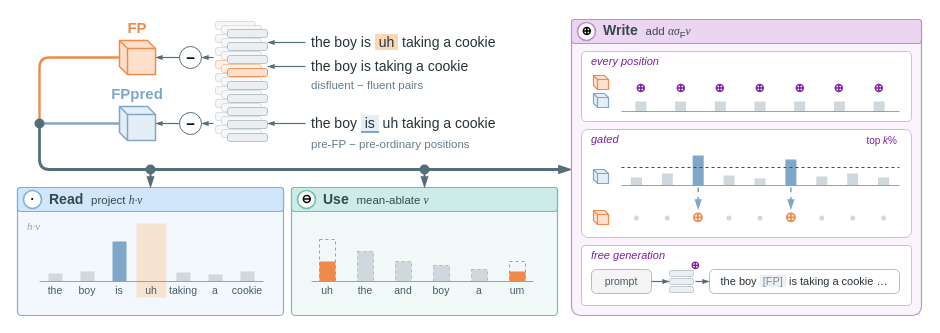
Above: figures/overview.drawio in toferyoung-wq/Tofer_Test (draw.io), before the change. Source tidied: cells renumbered, new cells numbered last; positions are measured from the earlier drawing's top-left corner, leaving out a move shared by most shapes. Both pictures are drawn from the tidied source at 100%, with x=0, y=0 at pixel (17, 17).
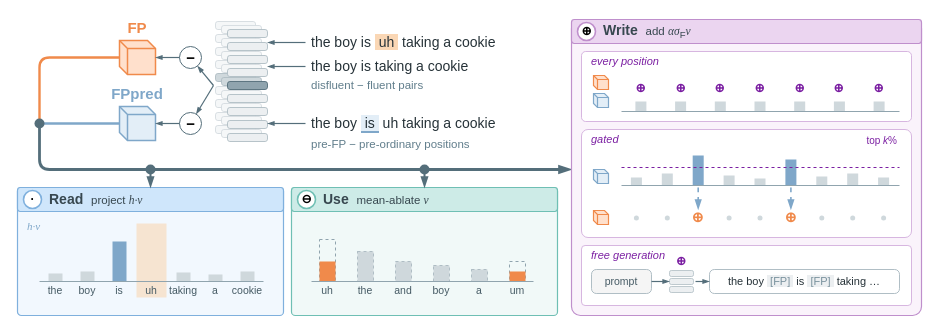
Above is the later version.

Commit message (it also covers changes not shown here):
Overview figure: neutral shared block-21 highlight, centred Gen injection, two FP placeholders

The change refers to these unchanged cells:
```xml
<mxCell id="37" value="−" style="ellipse;html=1;fillColor=#FFFFFF;strokeColor=#546E7A;fontSize=15;fontStyle=1;fontFamily=Helvetica;" parent="1" vertex="1">
  <mxGeometry x="162" y="29" width="22" height="22" as="geometry" />
</mxCell>
<mxCell id="38" value="−" style="ellipse;html=1;fillColor=#FFFFFF;strokeColor=#546E7A;fontSize=15;fontStyle=1;fontFamily=Helvetica;" parent="1" vertex="1">
  <mxGeometry x="162" y="95" width="22" height="22" as="geometry" />
</mxCell>
```

The edit, as a diff of the source:
```diff
@@
-    <mxCell id="10" style="rounded=1;arcSize=30;html=1;strokeWidth=0.9;fillColor=#FFF1E8;strokeColor=#F6C3A2;" parent="1" vertex="1">
+    <mxCell id="10" style="rounded=1;arcSize=30;html=1;strokeWidth=0.9;fillColor=#F5F7F8;strokeColor=#D5DCE0;" parent="1" vertex="1">
       <mxGeometry x="198" y="43" width="40" height="8" as="geometry" />
     </mxCell>
-    <mxCell id="11" style="rounded=1;arcSize=30;html=1;strokeWidth=0.9;fillColor=#F5F7F8;strokeColor=#D5DCE0;" parent="1" vertex="1">
+    <mxCell id="11" style="rounded=1;arcSize=30;html=1;strokeWidth=0.9;fillColor=#CFD8DC;strokeColor=#B0BEC5;" parent="1" vertex="1">
       <mxGeometry x="198" y="56" width="40" height="8" as="geometry" />
     </mxCell>
@@
-    <mxCell id="19" style="rounded=1;arcSize=30;html=1;strokeWidth=0.9;fillColor=#FFF1E8;strokeColor=#F6C3A2;" parent="1" vertex="1">
+    <mxCell id="19" style="rounded=1;arcSize=30;html=1;strokeWidth=0.9;fillColor=#F5F7F8;strokeColor=#D5DCE0;" parent="1" vertex="1">
       <mxGeometry x="204" y="47" width="40" height="8" as="geometry" />
     </mxCell>
-    <mxCell id="20" style="rounded=1;arcSize=30;html=1;strokeWidth=0.9;fillColor=#F5F7F8;strokeColor=#D5DCE0;" parent="1" vertex="1">
+    <mxCell id="20" style="rounded=1;arcSize=30;html=1;strokeWidth=0.9;fillColor=#CFD8DC;strokeColor=#B0BEC5;" parent="1" vertex="1">
       <mxGeometry x="204" y="60" width="40" height="8" as="geometry" />
     </mxCell>
@@
-    <mxCell id="28" style="rounded=1;arcSize=30;html=1;strokeWidth=0.9;fillColor=#FFE0CC;strokeColor=#F08A4B;" parent="1" vertex="1">
+    <mxCell id="28" style="rounded=1;arcSize=30;html=1;strokeWidth=0.9;fillColor=#ECEFF1;strokeColor=#B0BEC5;" parent="1" vertex="1">
       <mxGeometry x="210" y="51" width="40" height="8" as="geometry" />
     </mxCell>
-    <mxCell id="29" style="rounded=1;arcSize=30;html=1;strokeWidth=0.9;fillColor=#ECEFF1;strokeColor=#B0BEC5;" parent="1" vertex="1">
+    <mxCell id="29" style="rounded=1;arcSize=30;html=1;strokeWidth=0.9;fillColor=#90A4AE;strokeColor=#546E7A;" parent="1" vertex="1">
       <mxGeometry x="210" y="64" width="40" height="8" as="geometry" />
     </mxCell>
@@
     <mxCell id="39" style="html=1;fontFamily=Helvetica;fontSize=10;edgeStyle=none;rounded=0;strokeColor=#546E7A;strokeWidth=1.2;endArrow=blockThin;endFill=1;endSize=4;" parent="1" edge="1" target="37">
       <mxGeometry relative="1" as="geometry">
-        <mxPoint x="196" y="40" as="sourcePoint" />
+        <mxPoint x="196" y="68" as="sourcePoint" />
       </mxGeometry>
     </mxCell>
     <mxCell id="40" style="html=1;fontFamily=Helvetica;fontSize=10;edgeStyle=none;rounded=0;strokeColor=#546E7A;strokeWidth=1.2;endArrow=blockThin;endFill=1;endSize=4;" parent="1" edge="1" target="38">
       <mxGeometry relative="1" as="geometry">
-        <mxPoint x="196" y="106" as="sourcePoint" />
+        <mxPoint x="196" y="68" as="sourcePoint" />
       </mxGeometry>
     </mxCell>
@@
-    <mxCell id="154" value="⊕" style="text;html=1;strokeColor=none;fillColor=none;whiteSpace=wrap;fontFamily=Helvetica;fontSize=11;fontColor=#7B1FA2;align=center;verticalAlign=middle;fontStyle=1;" parent="1" vertex="1">
-      <mxGeometry x="670" y="242" width="16" height="12" as="geometry" />
+    <mxCell id="154" value="⊕" style="text;html=1;strokeColor=none;fillColor=none;whiteSpace=wrap;fontFamily=Helvetica;fontSize=12;fontColor=#7B1FA2;align=center;verticalAlign=middle;fontStyle=1;" parent="1" vertex="1">
+      <mxGeometry x="656" y="237" width="16" height="14" as="geometry" />
     </mxCell>
@@
-    <mxCell id="156" value="the boy &lt;span style='background-color:#ECEFF1;color:#78909C'&gt;&amp;nbsp;[FP]&amp;nbsp;&lt;/span&gt; is taking a cookie …" style="rounded=1;arcSize=20;html=1;fillColor=#FFFFFF;strokeColor=#B0BEC5;fontSize=11;fontColor=#263238;whiteSpace=wrap;fontFamily=Helvetica;" parent="1" vertex="1">
+    <mxCell id="156" value="the boy &lt;span style='background-color:#ECEFF1;color:#78909C'&gt;&amp;nbsp;[FP]&amp;nbsp;&lt;/span&gt; is &lt;span style='background-color:#ECEFF1;color:#78909C'&gt;&amp;nbsp;[FP]&amp;nbsp;&lt;/span&gt; taking …" style="rounded=1;arcSize=20;html=1;fillColor=#FFFFFF;strokeColor=#B0BEC5;fontSize=11;fontColor=#263238;whiteSpace=wrap;fontFamily=Helvetica;" parent="1" vertex="1">
       <mxGeometry x="692" y="252" width="190" height="24" as="geometry" />
     </mxCell>
```
